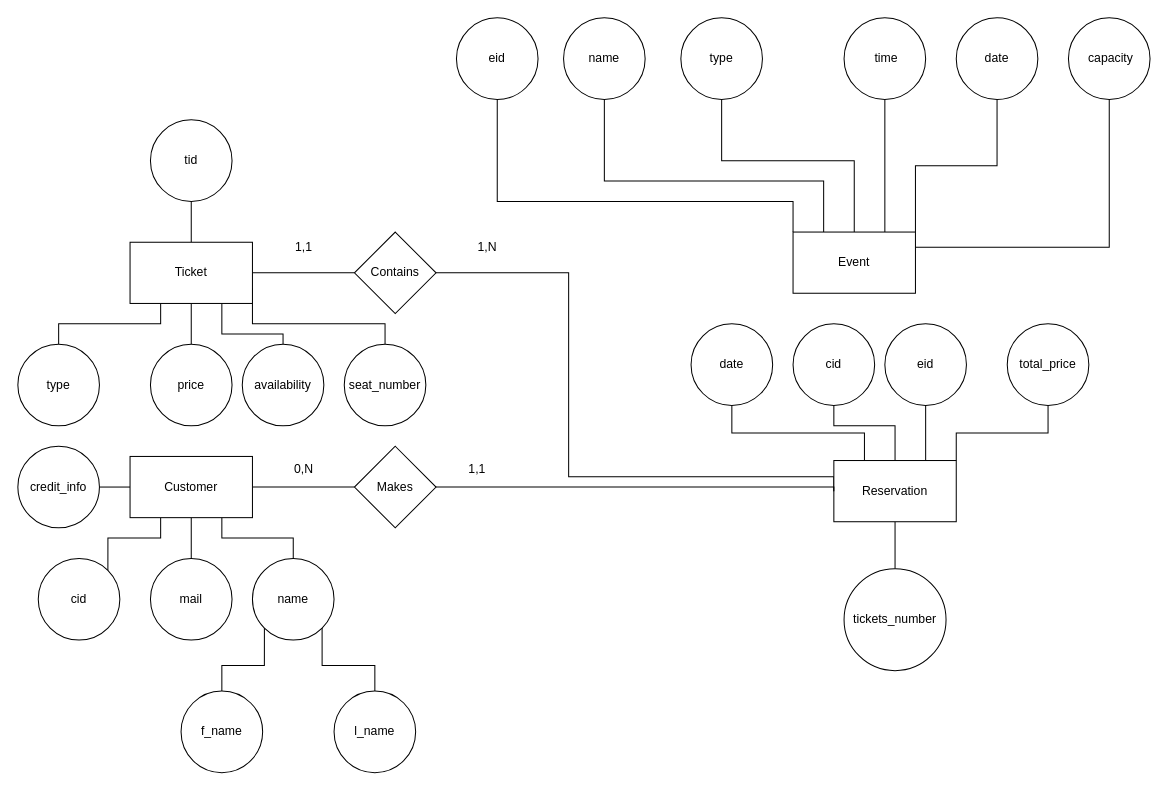
Above: E-R.drawio in Rafail-Drakakis/HY360 (draw.io), before the change. Source tidied: cells renumbered, new cells numbered last; positions are measured from the earlier drawing's top-left corner, leaving out a move shared by most shapes. Both pictures are drawn from the tidied source at 102%, with x=0, y=0 at pixel (17, 17).
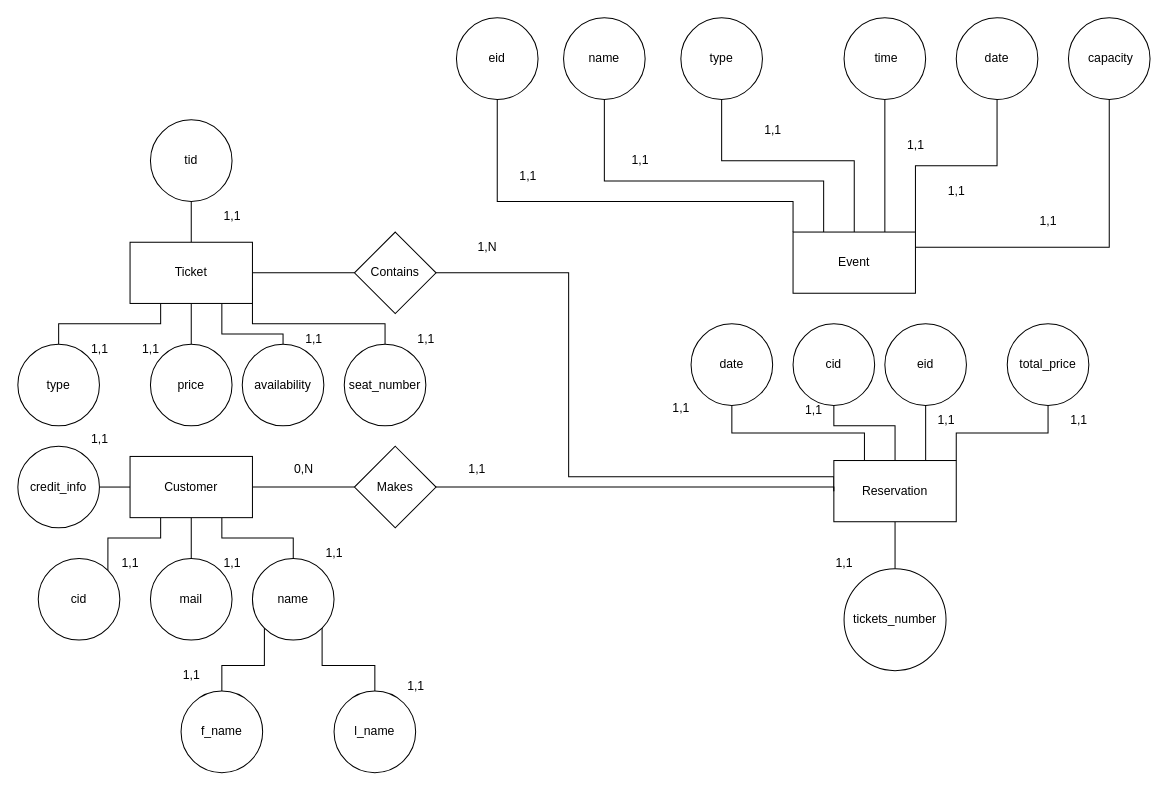
Above is the later version.

What changed in the source:
```diff
@@
     <mxCell id="22" value="1,1" style="text;html=1;align=center;verticalAlign=middle;strokeColor=none;fillColor=none;" parent="1" vertex="1">
-      <mxGeometry x="260" y="210" width="40" height="30" as="geometry" />
+      <mxGeometry x="60" y="398" width="40" height="30" as="geometry" />
     </mxCell>
@@
+    <mxCell id="60" value="1,1" style="text;html=1;align=center;verticalAlign=middle;strokeColor=none;fillColor=none;" parent="1" vertex="1">
+      <mxGeometry x="190" y="180" width="40" height="30" as="geometry" />
+    </mxCell>
+    <mxCell id="61" value="1,1" style="text;html=1;align=center;verticalAlign=middle;strokeColor=none;fillColor=none;" parent="1" vertex="1">
+      <mxGeometry x="60" y="310" width="40" height="30" as="geometry" />
+    </mxCell>
+    <mxCell id="62" value="1,1" style="text;html=1;align=center;verticalAlign=middle;strokeColor=none;fillColor=none;" parent="1" vertex="1">
+      <mxGeometry x="380" y="300" width="40" height="30" as="geometry" />
+    </mxCell>
+    <mxCell id="63" value="1,1" style="text;html=1;align=center;verticalAlign=middle;strokeColor=none;fillColor=none;" parent="1" vertex="1">
+      <mxGeometry x="110" y="310" width="40" height="30" as="geometry" />
+    </mxCell>
+    <mxCell id="64" value="1,1" style="text;html=1;align=center;verticalAlign=middle;strokeColor=none;fillColor=none;" parent="1" vertex="1">
+      <mxGeometry x="290" y="510" width="40" height="30" as="geometry" />
+    </mxCell>
+    <mxCell id="65" value="1,1" style="text;html=1;align=center;verticalAlign=middle;strokeColor=none;fillColor=none;" parent="1" vertex="1">
+      <mxGeometry x="270" y="300" width="40" height="30" as="geometry" />
+    </mxCell>
+    <mxCell id="66" value="1,1" style="text;html=1;align=center;verticalAlign=middle;strokeColor=none;fillColor=none;" parent="1" vertex="1">
+      <mxGeometry x="150" y="630" width="40" height="30" as="geometry" />
+    </mxCell>
+    <mxCell id="67" value="1,1" style="text;html=1;align=center;verticalAlign=middle;strokeColor=none;fillColor=none;" parent="1" vertex="1">
+      <mxGeometry x="370" y="640" width="40" height="30" as="geometry" />
+    </mxCell>
+    <mxCell id="68" value="1,1" style="text;html=1;align=center;verticalAlign=middle;strokeColor=none;fillColor=none;" parent="1" vertex="1">
+      <mxGeometry x="90" y="520" width="40" height="30" as="geometry" />
+    </mxCell>
+    <mxCell id="69" value="1,1" style="text;html=1;align=center;verticalAlign=middle;strokeColor=none;fillColor=none;" parent="1" vertex="1">
+      <mxGeometry x="190" y="520" width="40" height="30" as="geometry" />
+    </mxCell>
+    <mxCell id="70" value="1,1" style="text;html=1;align=center;verticalAlign=middle;strokeColor=none;fillColor=none;" parent="1" vertex="1">
+      <mxGeometry x="720" y="95" width="40" height="30" as="geometry" />
+    </mxCell>
+    <mxCell id="71" value="1,1" style="text;html=1;align=center;verticalAlign=middle;strokeColor=none;fillColor=none;" parent="1" vertex="1">
+      <mxGeometry x="590" y="125" width="40" height="30" as="geometry" />
+    </mxCell>
+    <mxCell id="72" value="1,1" style="text;html=1;align=center;verticalAlign=middle;strokeColor=none;fillColor=none;" parent="1" vertex="1">
+      <mxGeometry x="480" y="140" width="40" height="30" as="geometry" />
+    </mxCell>
+    <mxCell id="73" value="1,1" style="text;html=1;align=center;verticalAlign=middle;strokeColor=none;fillColor=none;" parent="1" vertex="1">
+      <mxGeometry x="1020" y="380" width="40" height="30" as="geometry" />
+    </mxCell>
+    <mxCell id="74" value="1,1" style="text;html=1;align=center;verticalAlign=middle;strokeColor=none;fillColor=none;" parent="1" vertex="1">
+      <mxGeometry x="890" y="380" width="40" height="30" as="geometry" />
+    </mxCell>
+    <mxCell id="75" value="1,1" style="text;html=1;align=center;verticalAlign=middle;strokeColor=none;fillColor=none;" parent="1" vertex="1">
+      <mxGeometry x="760" y="370" width="40" height="30" as="geometry" />
+    </mxCell>
+    <mxCell id="76" value="1,1" style="text;html=1;align=center;verticalAlign=middle;strokeColor=none;fillColor=none;" parent="1" vertex="1">
+      <mxGeometry x="630" y="368" width="40" height="30" as="geometry" />
+    </mxCell>
+    <mxCell id="77" value="1,1" style="text;html=1;align=center;verticalAlign=middle;strokeColor=none;fillColor=none;" parent="1" vertex="1">
+      <mxGeometry x="790" y="520" width="40" height="30" as="geometry" />
+    </mxCell>
+    <mxCell id="78" value="1,1" style="text;html=1;align=center;verticalAlign=middle;strokeColor=none;fillColor=none;" parent="1" vertex="1">
+      <mxGeometry x="900" y="155" width="40" height="30" as="geometry" />
+    </mxCell>
+    <mxCell id="79" value="1,1" style="text;html=1;align=center;verticalAlign=middle;strokeColor=none;fillColor=none;" parent="1" vertex="1">
+      <mxGeometry x="860" y="110" width="40" height="30" as="geometry" />
+    </mxCell>
+    <mxCell id="80" value="1,1" style="text;html=1;align=center;verticalAlign=middle;strokeColor=none;fillColor=none;" parent="1" vertex="1">
+      <mxGeometry x="990" y="185" width="40" height="30" as="geometry" />
+    </mxCell>
```
